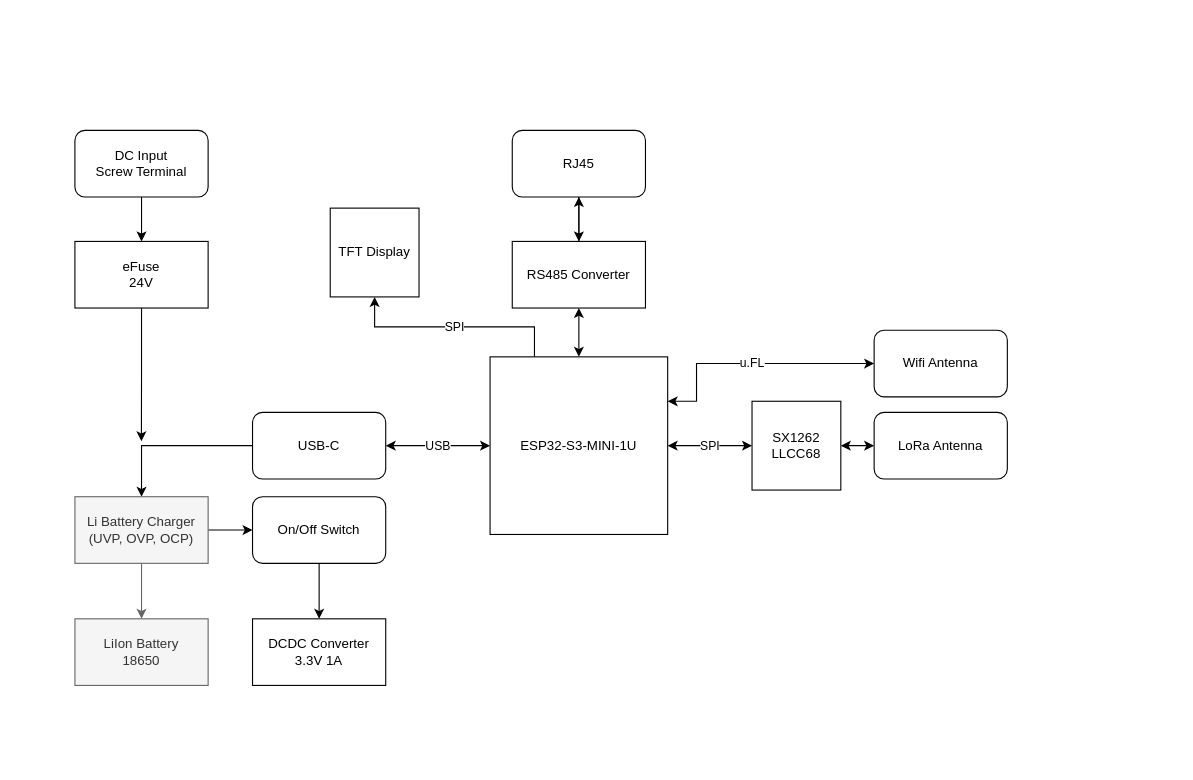
DLaxV-Community-Projects-Hub/Open-Shot-Clock keeps this draw.io diagram as pcb/controller/_dev/Diagram_Controller.drawio. Above is the earlier version. Source tidied: cells renumbered, new cells numbered last; positions are measured from the earlier drawing's top-left corner, leaving out a move shared by most shapes. Both pictures are drawn from the tidied source at 111%, with x=0, y=0 at pixel (74, 130).
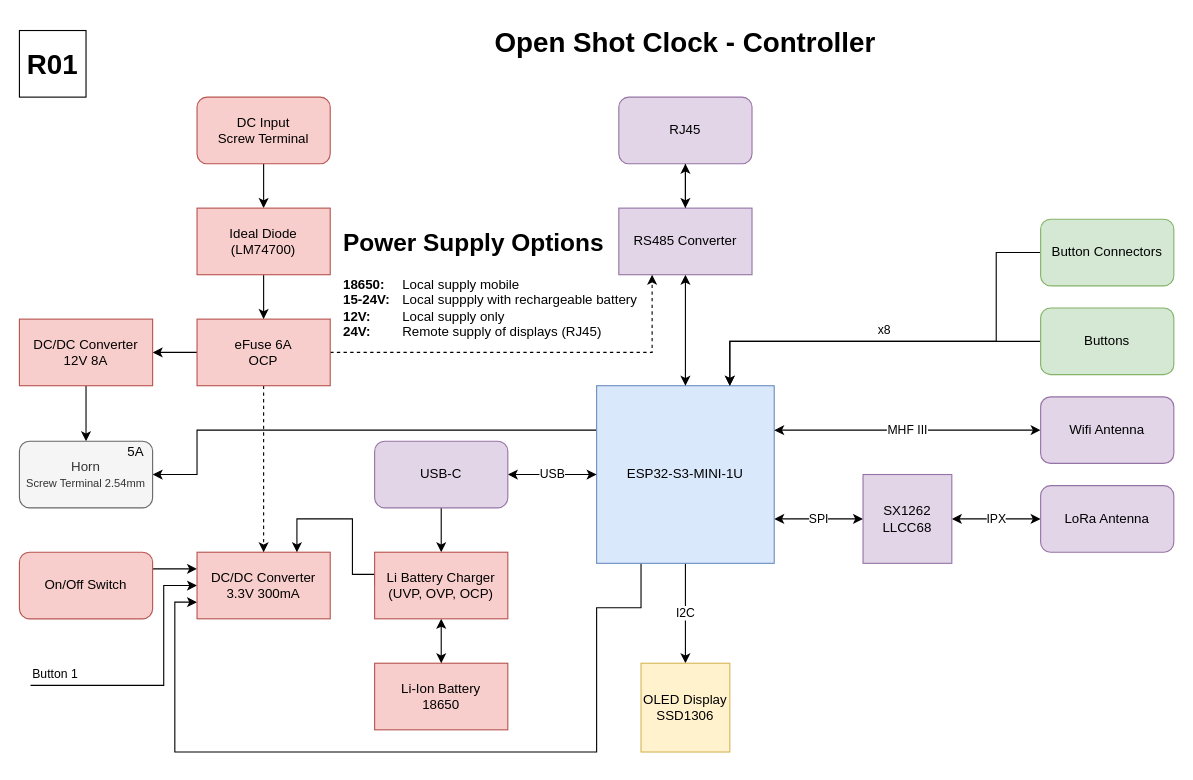
The same page after the edit.

Change to the diagram source:
```diff
@@
-    <mxCell id="2" value="SPI" style="edgeStyle=orthogonalEdgeStyle;rounded=0;jettySize=auto;html=1;exitX=1;exitY=0.5;exitDx=0;exitDy=0;startArrow=classic;startFill=1;" parent="1" edge="1" source="4" target="6">
+    <mxCell id="2" value="SPI" style="edgeStyle=orthogonalEdgeStyle;rounded=0;jettySize=auto;html=1;exitX=1;exitY=0.75;exitDx=0;exitDy=0;startArrow=classic;startFill=1;" parent="1" edge="1" source="4" target="6">
       <mxGeometry relative="1" as="geometry" />
     </mxCell>
-    <mxCell id="3" value="SPI" style="edgeStyle=orthogonalEdgeStyle;rounded=0;jettySize=auto;html=1;exitX=0.25;exitY=0;exitDx=0;exitDy=0;entryX=0.5;entryY=1;entryDx=0;entryDy=0;" parent="1" edge="1" source="4" target="25">
-      <mxGeometry relative="1" as="geometry" />
+    <mxCell id="3" value="I2C" style="edgeStyle=orthogonalEdgeStyle;rounded=0;jettySize=auto;html=1;exitX=0.5;exitY=1;exitDx=0;exitDy=0;entryX=0.5;entryY=0;entryDx=0;entryDy=0;" parent="1" edge="1" source="4" target="25">
+      <mxGeometry relative="1" as="geometry">
+        <Array as="points">
+          <mxPoint x="550" y="460" />
+          <mxPoint x="550" y="460" />
+        </Array>
+      </mxGeometry>
     </mxCell>
+    <mxCell id="30" style="edgeStyle=orthogonalEdgeStyle;rounded=0;jettySize=auto;html=1;exitX=0.25;exitY=1;exitDx=0;exitDy=0;entryX=0;entryY=0.75;entryDx=0;entryDy=0;" parent="1" edge="1" source="4" target="20">
+      <mxGeometry relative="1" as="geometry">
+        <Array as="points">
+          <mxPoint x="510" y="430" />
+          <mxPoint x="470" y="430" />
+          <mxPoint x="470" y="560" />
+          <mxPoint x="90" y="560" />
+          <mxPoint x="90" y="425" />
+        </Array>
+      </mxGeometry>
+    </mxCell>
+    <mxCell id="31" style="edgeStyle=orthogonalEdgeStyle;rounded=0;jettySize=auto;html=1;exitX=0;exitY=0.25;exitDx=0;exitDy=0;" parent="1" edge="1" source="4" target="44">
+      <mxGeometry relative="1" as="geometry">
+        <Array as="points">
+          <mxPoint x="110" y="270" />
+          <mxPoint x="110" y="310" />
+        </Array>
+      </mxGeometry>
+    </mxCell>
-    <mxCell id="4" value="ESP32-S3-MINI-1U" style="whiteSpace=wrap;html=1;" parent="1" vertex="1">
-      <mxGeometry x="374" y="204" width="160" height="160" as="geometry" />
+    <mxCell id="4" value="ESP32-S3-MINI-1U" style="whiteSpace=wrap;html=1;fillColor=#dae8fc;strokeColor=#6c8ebf;" parent="1" vertex="1">
+      <mxGeometry x="470" y="230" width="160" height="160" as="geometry" />
     </mxCell>
-    <mxCell id="5" style="edgeStyle=orthogonalEdgeStyle;rounded=0;jettySize=auto;html=1;exitX=1;exitY=0.5;exitDx=0;exitDy=0;startArrow=classic;startFill=1;" parent="1" edge="1" source="6" target="15">
+    <mxCell id="5" value="IPX" style="edgeStyle=orthogonalEdgeStyle;rounded=0;jettySize=auto;html=1;exitX=1;exitY=0.5;exitDx=0;exitDy=0;startArrow=classic;startFill=1;" parent="1" edge="1" source="6" target="15">
       <mxGeometry relative="1" as="geometry" />
     </mxCell>
-    <mxCell id="6" value="SX1262&lt;div&gt;LLCC68&lt;/div&gt;" style="whiteSpace=wrap;html=1;" parent="1" vertex="1">
-      <mxGeometry x="610" y="244" width="80" height="80" as="geometry" />
+    <mxCell id="6" value="SX1262&lt;div&gt;LLCC68&lt;/div&gt;" style="whiteSpace=wrap;html=1;fillColor=#e1d5e7;strokeColor=#9673a6;" parent="1" vertex="1">
+      <mxGeometry x="710" y="310" width="80" height="80" as="geometry" />
     </mxCell>
@@
-    <mxCell id="8" style="edgeStyle=orthogonalEdgeStyle;rounded=0;jettySize=auto;html=1;exitX=0;exitY=0.5;exitDx=0;exitDy=0;entryX=0.5;entryY=0;entryDx=0;entryDy=0;" parent="1" edge="1" source="9" target="24">
+    <mxCell id="8" style="edgeStyle=orthogonalEdgeStyle;rounded=0;jettySize=auto;html=1;exitX=0.5;exitY=1;exitDx=0;exitDy=0;entryX=0.5;entryY=0;entryDx=0;entryDy=0;" parent="1" edge="1" source="9" target="24">
       <mxGeometry relative="1" as="geometry" />
     </mxCell>
-    <mxCell id="9" value="USB-C" style="rounded=1;whiteSpace=wrap;html=1;" parent="1" vertex="1">
-      <mxGeometry x="160" y="254" width="120" height="60" as="geometry" />
+    <mxCell id="9" value="USB-C" style="rounded=1;whiteSpace=wrap;html=1;fillColor=#e1d5e7;strokeColor=#9673a6;" parent="1" vertex="1">
+      <mxGeometry x="270" y="280" width="120" height="60" as="geometry" />
     </mxCell>
@@
-    <mxCell id="11" value="RJ45" style="rounded=1;whiteSpace=wrap;html=1;" parent="1" vertex="1">
-      <mxGeometry x="394" width="120" height="60" as="geometry" />
+    <mxCell id="11" value="RJ45" style="rounded=1;whiteSpace=wrap;html=1;fillColor=#e1d5e7;strokeColor=#9673a6;" parent="1" vertex="1">
+      <mxGeometry x="490" y="-30" width="120" height="60" as="geometry" />
     </mxCell>
@@
-    <mxCell id="14" value="RS485 Converter" style="rounded=0;whiteSpace=wrap;html=1;" parent="1" vertex="1">
-      <mxGeometry x="394" y="100" width="120" height="60" as="geometry" />
+    <mxCell id="14" value="RS485 Converter" style="rounded=0;whiteSpace=wrap;html=1;fillColor=#e1d5e7;strokeColor=#9673a6;" parent="1" vertex="1">
+      <mxGeometry x="490" y="70" width="120" height="60" as="geometry" />
     </mxCell>
-    <mxCell id="15" value="LoRa Antenna" style="rounded=1;whiteSpace=wrap;html=1;" parent="1" vertex="1">
-      <mxGeometry x="720" y="254" width="120" height="60" as="geometry" />
+    <mxCell id="15" value="LoRa Antenna" style="rounded=1;whiteSpace=wrap;html=1;fillColor=#e1d5e7;strokeColor=#9673a6;" parent="1" vertex="1">
+      <mxGeometry x="870" y="320" width="120" height="60" as="geometry" />
     </mxCell>
-    <mxCell id="16" value="u.FL" style="edgeStyle=orthogonalEdgeStyle;rounded=0;jettySize=auto;html=1;exitX=0;exitY=0.5;exitDx=0;exitDy=0;entryX=1;entryY=0.25;entryDx=0;entryDy=0;startArrow=classic;startFill=1;" parent="1" edge="1" source="17" target="4">
+    <mxCell id="16" value="MHF III" style="edgeStyle=orthogonalEdgeStyle;rounded=0;jettySize=auto;html=1;exitX=0;exitY=0.5;exitDx=0;exitDy=0;entryX=1;entryY=0.25;entryDx=0;entryDy=0;startArrow=classic;startFill=1;" parent="1" edge="1" source="17" target="4">
       <mxGeometry relative="1" as="geometry">
         <Array as="points">
-          <mxPoint x="560" y="210" />
-          <mxPoint x="560" y="244" />
+          <mxPoint x="760" y="270" />
+          <mxPoint x="760" y="270" />
         </Array>
       </mxGeometry>
     </mxCell>
-    <mxCell id="17" value="Wifi Antenna" style="rounded=1;whiteSpace=wrap;html=1;" parent="1" vertex="1">
-      <mxGeometry x="720" y="180" width="120" height="60" as="geometry" />
+    <mxCell id="17" value="Wifi Antenna" style="rounded=1;whiteSpace=wrap;html=1;fillColor=#e1d5e7;strokeColor=#9673a6;" parent="1" vertex="1">
+      <mxGeometry x="870" y="240" width="120" height="60" as="geometry" />
     </mxCell>
-    <mxCell id="18" style="edgeStyle=orthogonalEdgeStyle;rounded=0;jettySize=auto;html=1;exitX=0.5;exitY=1;exitDx=0;exitDy=0;entryX=0.5;entryY=0;entryDx=0;entryDy=0;" parent="1" edge="1" source="19" target="20">
+    <mxCell id="18" style="edgeStyle=orthogonalEdgeStyle;rounded=0;jettySize=auto;html=1;exitX=1;exitY=0.25;exitDx=0;exitDy=0;entryX=0;entryY=0.25;entryDx=0;entryDy=0;" parent="1" edge="1" source="19" target="20">
       <mxGeometry relative="1" as="geometry" />
     </mxCell>
-    <mxCell id="19" value="On/Off Switch" style="rounded=1;whiteSpace=wrap;html=1;" parent="1" vertex="1">
-      <mxGeometry x="160" y="330" width="120" height="60" as="geometry" />
+    <mxCell id="19" value="On/Off Switch" style="rounded=1;whiteSpace=wrap;html=1;fillColor=#f8cecc;strokeColor=#b85450;" parent="1" vertex="1">
+      <mxGeometry x="-50" y="380" width="120" height="60" as="geometry" />
     </mxCell>
+    <mxCell id="32" value="Button 1" style="edgeStyle=orthogonalEdgeStyle;rounded=0;jettySize=auto;html=1;exitX=0;exitY=0.5;exitDx=0;exitDy=0;endArrow=none;endFill=0;startArrow=classic;startFill=1;" parent="1" edge="1" source="20">
+      <mxGeometry x="0.82" y="-10" relative="1" as="geometry">
+        <mxPoint x="-40" y="500" as="targetPoint" />
+        <Array as="points">
+          <mxPoint x="80" y="410" />
+          <mxPoint x="80" y="500" />
+        </Array>
+      </mxGeometry>
+    </mxCell>
-    <mxCell id="20" value="DCDC Converter&lt;div&gt;3.3V 1A&lt;/div&gt;" style="rounded=0;whiteSpace=wrap;html=1;" parent="1" vertex="1">
-      <mxGeometry x="160" y="440" width="120" height="60" as="geometry" />
+    <mxCell id="20" value="DC/DC Converter&lt;div&gt;3.3V 300mA&lt;/div&gt;" style="rounded=0;whiteSpace=wrap;html=1;fillColor=#f8cecc;strokeColor=#b85450;" parent="1" vertex="1">
+      <mxGeometry x="110" y="380" width="120" height="60" as="geometry" />
     </mxCell>
-    <mxCell id="21" value="LiIon Battery&lt;div&gt;18650&lt;/div&gt;" style="rounded=0;whiteSpace=wrap;html=1;fillColor=#f5f5f5;fontColor=#333333;strokeColor=#666666;" parent="1" vertex="1">
-      <mxGeometry y="440" width="120" height="60" as="geometry" />
+    <mxCell id="21" value="Li-Ion Battery&lt;div&gt;18650&lt;/div&gt;" style="rounded=0;whiteSpace=wrap;html=1;fillColor=#f8cecc;strokeColor=#b85450;" parent="1" vertex="1">
+      <mxGeometry x="270" y="480" width="120" height="60" as="geometry" />
     </mxCell>
-    <mxCell id="22" style="edgeStyle=orthogonalEdgeStyle;rounded=0;jettySize=auto;html=1;exitX=0.5;exitY=1;exitDx=0;exitDy=0;entryX=0.5;entryY=0;entryDx=0;entryDy=0;fillColor=#f5f5f5;strokeColor=#666666;" parent="1" edge="1" source="24" target="21">
+    <mxCell id="22" style="edgeStyle=orthogonalEdgeStyle;rounded=0;jettySize=auto;html=1;exitX=0.5;exitY=1;exitDx=0;exitDy=0;entryX=0.5;entryY=0;entryDx=0;entryDy=0;fillColor=#f5f5f5;strokeColor=#000000;startArrow=classic;startFill=1;" parent="1" edge="1" source="24" target="21">
       <mxGeometry relative="1" as="geometry" />
     </mxCell>
-    <mxCell id="23" style="edgeStyle=orthogonalEdgeStyle;rounded=0;jettySize=auto;html=1;exitX=1;exitY=0.5;exitDx=0;exitDy=0;" parent="1" edge="1" source="24" target="19">
-      <mxGeometry relative="1" as="geometry" />
-    </mxCell>
+    <mxCell id="33" style="edgeStyle=orthogonalEdgeStyle;rounded=0;jettySize=auto;html=1;exitX=0;exitY=0.5;exitDx=0;exitDy=0;entryX=0.75;entryY=0;entryDx=0;entryDy=0;" parent="1" edge="1" source="24" target="20">
+      <mxGeometry relative="1" as="geometry">
+        <Array as="points">
+          <mxPoint x="270" y="400" />
+          <mxPoint x="250" y="400" />
+          <mxPoint x="250" y="350" />
+          <mxPoint x="200" y="350" />
+        </Array>
+      </mxGeometry>
+    </mxCell>
-    <mxCell id="24" value="Li Battery Charger&lt;div&gt;(UVP, OVP, OCP)&lt;/div&gt;" style="rounded=0;whiteSpace=wrap;html=1;fillColor=#f5f5f5;fontColor=#333333;strokeColor=#666666;" parent="1" vertex="1">
-      <mxGeometry y="330" width="120" height="60" as="geometry" />
+    <mxCell id="24" value="Li Battery Charger&lt;div&gt;(UVP, OVP, OCP)&lt;/div&gt;" style="rounded=0;whiteSpace=wrap;html=1;fillColor=#f8cecc;strokeColor=#b85450;" parent="1" vertex="1">
+      <mxGeometry x="270" y="380" width="120" height="60" as="geometry" />
     </mxCell>
-    <mxCell id="25" value="TFT Display" style="whiteSpace=wrap;html=1;" parent="1" vertex="1">
-      <mxGeometry x="230" y="70" width="80" height="80" as="geometry" />
+    <mxCell id="25" value="OLED Display&lt;div&gt;SSD1306&lt;/div&gt;" style="whiteSpace=wrap;html=1;fillColor=#fff2cc;strokeColor=#d6b656;" parent="1" vertex="1">
+      <mxGeometry x="510" y="480" width="80" height="80" as="geometry" />
     </mxCell>
-    <mxCell id="26" style="edgeStyle=orthogonalEdgeStyle;rounded=0;jettySize=auto;html=1;exitX=0.5;exitY=1;exitDx=0;exitDy=0;entryX=0.5;entryY=0;entryDx=0;entryDy=0;" parent="1" edge="1" source="27" target="29">
+    <mxCell id="26" style="edgeStyle=orthogonalEdgeStyle;rounded=0;jettySize=auto;html=1;exitX=0.5;exitY=1;exitDx=0;exitDy=0;entryX=0.5;entryY=0;entryDx=0;entryDy=0;" parent="1" edge="1" source="27" target="38">
       <mxGeometry relative="1" as="geometry" />
     </mxCell>
-    <mxCell id="27" value="DC Input&lt;div&gt;Screw Terminal&lt;/div&gt;" style="rounded=1;whiteSpace=wrap;html=1;" parent="1" vertex="1">
-      <mxGeometry width="120" height="60" as="geometry" />
+    <mxCell id="27" value="DC Input&lt;div&gt;Screw Terminal&lt;/div&gt;" style="rounded=1;whiteSpace=wrap;html=1;fillColor=#f8cecc;strokeColor=#b85450;" parent="1" vertex="1">
+      <mxGeometry x="110" y="-30" width="120" height="60" as="geometry" />
     </mxCell>
-    <mxCell id="28" style="edgeStyle=orthogonalEdgeStyle;rounded=0;jettySize=auto;html=1;exitX=0.5;exitY=1;exitDx=0;exitDy=0;" parent="1" edge="1" source="29">
-      <mxGeometry relative="1" as="geometry">
-        <mxPoint x="59.9" y="280" as="targetPoint" />
-      </mxGeometry>
-    </mxCell>
+    <mxCell id="34" style="edgeStyle=orthogonalEdgeStyle;rounded=0;jettySize=auto;html=1;exitX=0.5;exitY=1;exitDx=0;exitDy=0;entryX=0.5;entryY=0;entryDx=0;entryDy=0;dashed=1;" parent="1" edge="1" source="29" target="20">
+      <mxGeometry relative="1" as="geometry">
+        <Array as="points">
+          <mxPoint x="170" y="280" />
+          <mxPoint x="170" y="280" />
+        </Array>
+      </mxGeometry>
+    </mxCell>
+    <mxCell id="35" style="edgeStyle=orthogonalEdgeStyle;rounded=0;jettySize=auto;html=1;exitX=1;exitY=0.5;exitDx=0;exitDy=0;entryX=0.25;entryY=1;entryDx=0;entryDy=0;dashed=1;" parent="1" edge="1" source="29" target="14">
+      <mxGeometry relative="1" as="geometry" />
+    </mxCell>
+    <mxCell id="36" style="edgeStyle=orthogonalEdgeStyle;rounded=0;jettySize=auto;html=1;exitX=0;exitY=0.5;exitDx=0;exitDy=0;entryX=1;entryY=0.5;entryDx=0;entryDy=0;" parent="1" edge="1" source="29" target="40">
+      <mxGeometry relative="1" as="geometry" />
+    </mxCell>
-    <mxCell id="29" value="eFuse&lt;div&gt;24V&lt;/div&gt;" style="rounded=0;whiteSpace=wrap;html=1;" parent="1" vertex="1">
-      <mxGeometry y="100" width="120" height="60" as="geometry" />
+    <mxCell id="29" value="eFuse 6A&lt;div&gt;OCP&lt;/div&gt;" style="rounded=0;whiteSpace=wrap;html=1;fillColor=#f8cecc;strokeColor=#b85450;" parent="1" vertex="1">
+      <mxGeometry x="110" y="170" width="120" height="60" as="geometry" />
     </mxCell>
+    <mxCell id="37" style="edgeStyle=orthogonalEdgeStyle;rounded=0;jettySize=auto;html=1;exitX=0.5;exitY=1;exitDx=0;exitDy=0;entryX=0.5;entryY=0;entryDx=0;entryDy=0;" parent="1" edge="1" source="38" target="29">
+      <mxGeometry relative="1" as="geometry" />
+    </mxCell>
+    <mxCell id="38" value="Ideal Diode&lt;div&gt;(LM74700)&lt;/div&gt;" style="rounded=0;whiteSpace=wrap;html=1;fillColor=#f8cecc;strokeColor=#b85450;" parent="1" vertex="1">
+      <mxGeometry x="110" y="70" width="120" height="60" as="geometry" />
+    </mxCell>
+    <mxCell id="39" style="edgeStyle=orthogonalEdgeStyle;rounded=0;jettySize=auto;html=1;exitX=0.5;exitY=1;exitDx=0;exitDy=0;" parent="1" edge="1" source="40" target="44">
+      <mxGeometry relative="1" as="geometry" />
+    </mxCell>
+    <mxCell id="40" value="DC/DC Converter&lt;div&gt;12V 8A&lt;/div&gt;" style="rounded=0;whiteSpace=wrap;html=1;fillColor=#f8cecc;strokeColor=#b85450;" parent="1" vertex="1">
+      <mxGeometry x="-50" y="170" width="120" height="60" as="geometry" />
+    </mxCell>
+    <mxCell id="41" value="x8" style="edgeStyle=orthogonalEdgeStyle;rounded=0;jettySize=auto;html=1;exitX=0;exitY=0.5;exitDx=0;exitDy=0;entryX=0.75;entryY=0;entryDx=0;entryDy=0;" parent="1" edge="1" source="42" target="4">
+      <mxGeometry x="-0.12" y="-10" relative="1" as="geometry">
+        <Array as="points">
+          <mxPoint x="590" y="190" />
+        </Array>
+      </mxGeometry>
+    </mxCell>
+    <mxCell id="42" value="Buttons" style="rounded=1;whiteSpace=wrap;html=1;fillColor=#d5e8d4;strokeColor=#82b366;" parent="1" vertex="1">
+      <mxGeometry x="870" y="160" width="120" height="60" as="geometry" />
+    </mxCell>
+    <mxCell id="43" value="&lt;h1 style=&quot;margin-top: 0px;&quot;&gt;&lt;font style=&quot;font-size: 22px;&quot;&gt;Power Supply Options&lt;/font&gt;&lt;/h1&gt;&lt;p&gt;&lt;span style=&quot;background-color: initial;&quot;&gt;&lt;b&gt;18650:&lt;span style=&quot;white-space: pre;&quot;&gt;&#9;&lt;/span&gt;&lt;/b&gt;Local supply mobile&lt;br&gt;&lt;/span&gt;&lt;b&gt;15-24V:&lt;/b&gt; &lt;span style=&quot;white-space: pre;&quot;&gt;&#9;&lt;/span&gt;Local suppply with rechargeable battery&lt;br&gt;&lt;b&gt;12V:&lt;/b&gt; &lt;span style=&quot;white-space: pre;&quot;&gt;&#9;&lt;/span&gt;Local supply only&lt;br&gt;&lt;span style=&quot;background-color: initial;&quot;&gt;&lt;b&gt;24V:&lt;/b&gt; &lt;span style=&quot;white-space: pre;&quot;&gt;&#9;&lt;/span&gt;Remote supply of displays (RJ45)&lt;/span&gt;&lt;/p&gt;" style="text;html=1;whiteSpace=wrap;overflow=hidden;rounded=0;" parent="1" vertex="1">
+      <mxGeometry x="240" y="80" width="270" height="120" as="geometry" />
+    </mxCell>
+    <mxCell id="44" value="Horn&lt;br&gt;&lt;font style=&quot;font-size: 10px;&quot;&gt;Screw Terminal&amp;nbsp;&lt;/font&gt;&lt;span style=&quot;font-size: 10px; background-color: initial;&quot;&gt;2.54mm&lt;/span&gt;" style="rounded=1;whiteSpace=wrap;html=1;fillColor=#f5f5f5;strokeColor=#666666;fontColor=#333333;" parent="1" vertex="1">
+      <mxGeometry x="-50" y="280" width="120" height="60" as="geometry" />
+    </mxCell>
+    <mxCell id="45" value="5A" style="text;html=1;align=center;verticalAlign=middle;whiteSpace=wrap;rounded=0;fontStyle=0;" parent="1" vertex="1">
+      <mxGeometry x="40" y="280" width="30" height="20" as="geometry" />
+    </mxCell>
+    <mxCell id="46" value="Open Shot Clock - Controller" style="text;html=1;align=center;verticalAlign=middle;whiteSpace=wrap;rounded=0;fontSize=25;fontStyle=1;" parent="1" vertex="1">
+      <mxGeometry x="310" y="-100" width="480" height="40" as="geometry" />
+    </mxCell>
+    <mxCell id="47" value="&lt;font style=&quot;font-size: 25px;&quot;&gt;&lt;b&gt;R01&lt;/b&gt;&lt;/font&gt;" style="rounded=0;whiteSpace=wrap;html=1;" parent="1" vertex="1">
+      <mxGeometry x="-50" y="-90" width="60" height="60" as="geometry" />
+    </mxCell>
+    <mxCell id="48" style="edgeStyle=orthogonalEdgeStyle;rounded=0;jettySize=auto;html=1;exitX=0;exitY=0.5;exitDx=0;exitDy=0;entryX=0.75;entryY=0;entryDx=0;entryDy=0;" parent="1" edge="1" source="49" target="4">
+      <mxGeometry relative="1" as="geometry">
+        <Array as="points">
+          <mxPoint x="830" y="110" />
+          <mxPoint x="830" y="190" />
+          <mxPoint x="590" y="190" />
+        </Array>
+      </mxGeometry>
+    </mxCell>
+    <mxCell id="49" value="Button Connectors" style="rounded=1;whiteSpace=wrap;html=1;fillColor=#d5e8d4;strokeColor=#82b366;" parent="1" vertex="1">
+      <mxGeometry x="870" y="80" width="120" height="60" as="geometry" />
+    </mxCell>
```
